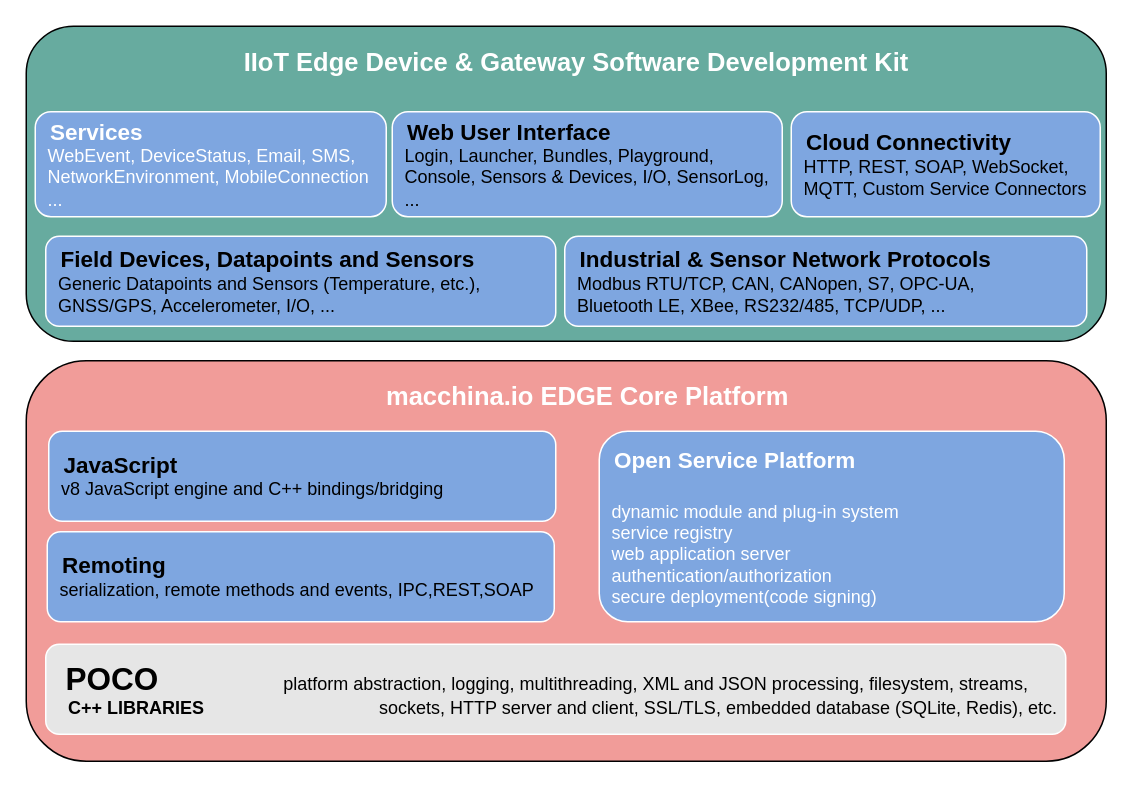
The draw.io diagram macchina.drawio in jiangyu945/Doc, before the edit. Source tidied: cells renumbered, new cells numbered last; positions are measured from the earlier drawing's top-left corner, leaving out a move shared by most shapes. Both pictures are drawn from the tidied source at 150%, with x=0, y=0 at pixel (26, 26).
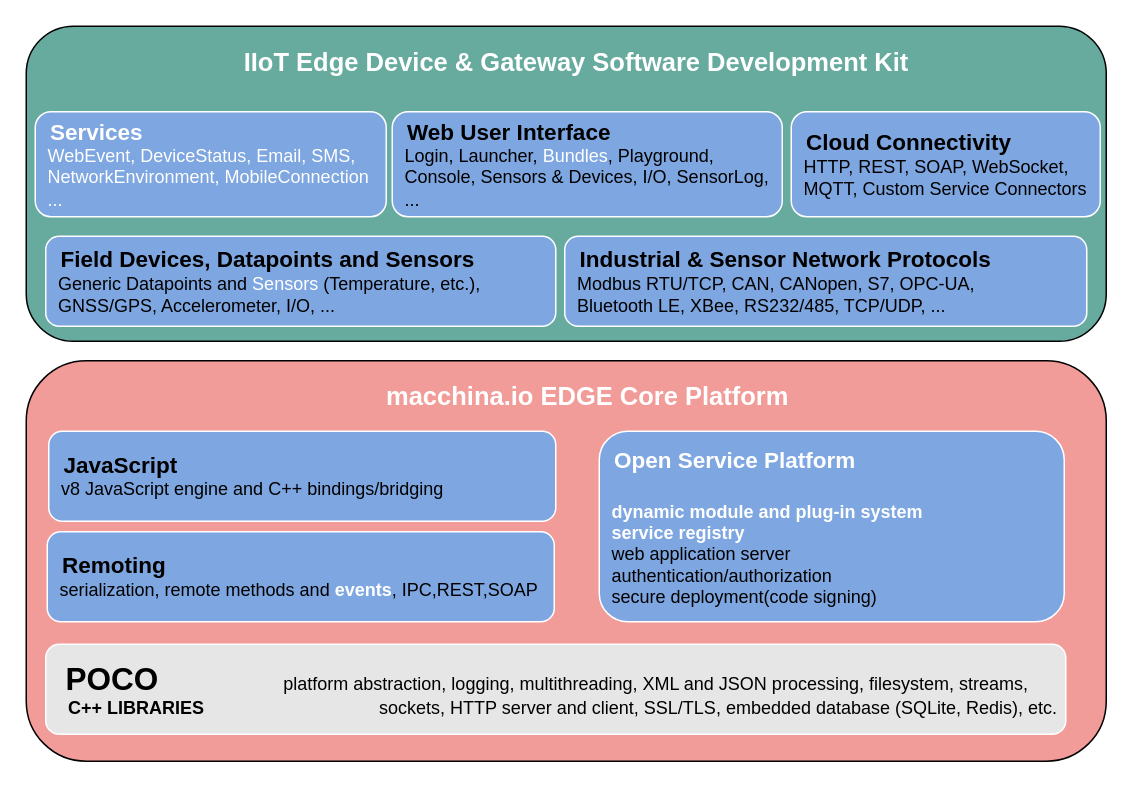
After the change.

What changed in the source:
```diff
@@
 <mxGraphModel>
   <root>
     <mxCell id="0" />
     <mxCell id="1" parent="0" />
     <mxCell id="2" style="rounded=1;whiteSpace=wrap;html=1;fillColor=#67AB9F;" parent="1" vertex="1">
       <mxGeometry width="720" height="210" as="geometry" />
     </mxCell>
     <mxCell id="3" style="rounded=1;whiteSpace=wrap;html=1;fillColor=#F19C99;" parent="1" vertex="1">
       <mxGeometry y="223" width="720" height="267" as="geometry" />
     </mxCell>
     <mxCell id="4" value="&lt;div align=&quot;left&quot;&gt;&lt;font color=&quot;#ffffff&quot; style=&quot;font-size: 15px;&quot;&gt;&lt;b&gt;&amp;nbsp; Services&lt;/b&gt;&lt;/font&gt;&lt;/div&gt;&lt;div align=&quot;left&quot;&gt;&lt;font color=&quot;#ffffff&quot;&gt;&amp;nbsp; WebEvent, DeviceStatus, Email, SMS,&amp;nbsp;&lt;/font&gt;&lt;/div&gt;&lt;div align=&quot;left&quot;&gt;&lt;font color=&quot;#ffffff&quot;&gt;&amp;nbsp; NetworkEnvironment, MobileConnection&lt;/font&gt;&lt;/div&gt;&lt;div align=&quot;left&quot;&gt;&lt;font color=&quot;#ffffff&quot;&gt;&amp;nbsp; ...&lt;br&gt;&lt;/font&gt;&lt;/div&gt;" style="rounded=1;whiteSpace=wrap;html=1;align=left;fillColor=#7EA6E0;strokeColor=#FFFFFF;" parent="1" vertex="1">
       <mxGeometry x="6" y="57" width="234" height="70" as="geometry" />
     </mxCell>
-    <mxCell id="5" value="&lt;div align=&quot;left&quot;&gt;&lt;b&gt;&lt;font style=&quot;font-size: 15px;&quot;&gt;&amp;nbsp; Web User Interface&lt;/font&gt;&lt;/b&gt;&lt;/div&gt;&lt;div align=&quot;left&quot;&gt;&amp;nbsp; Login, Launcher, Bundles, Playground,&amp;nbsp;&amp;nbsp;&amp;nbsp;&lt;/div&gt;&lt;div align=&quot;left&quot;&gt;&amp;nbsp; Console, Sensors &amp;amp; Devices, I/O, SensorLog,&amp;nbsp;&lt;/div&gt;&lt;div align=&quot;left&quot;&gt;&amp;nbsp; ...&lt;br&gt;&lt;/div&gt;" style="rounded=1;whiteSpace=wrap;html=1;align=left;fillColor=#7EA6E0;strokeColor=#FFFFFF;" parent="1" vertex="1">
+    <mxCell id="5" value="&lt;div align=&quot;left&quot;&gt;&lt;b&gt;&lt;font style=&quot;font-size: 15px;&quot;&gt;&amp;nbsp; Web User Interface&lt;/font&gt;&lt;/b&gt;&lt;/div&gt;&lt;div align=&quot;left&quot;&gt;&amp;nbsp; Login, Launcher, &lt;font color=&quot;#ffffff&quot;&gt;Bundles&lt;/font&gt;, Playground,&amp;nbsp;&amp;nbsp;&amp;nbsp;&lt;/div&gt;&lt;div align=&quot;left&quot;&gt;&amp;nbsp; Console, Sensors &amp;amp; Devices, I/O, SensorLog,&amp;nbsp;&lt;/div&gt;&lt;div align=&quot;left&quot;&gt;&amp;nbsp; ...&lt;br&gt;&lt;/div&gt;" style="rounded=1;whiteSpace=wrap;html=1;align=left;fillColor=#7EA6E0;strokeColor=#FFFFFF;" parent="1" vertex="1">
       <mxGeometry x="244" y="57" width="260" height="70" as="geometry" />
     </mxCell>
     <mxCell id="6" value="&lt;div align=&quot;left&quot;&gt;&lt;b&gt;&lt;font style=&quot;font-size: 15px;&quot;&gt;&amp;nbsp; Cloud Connectivity&lt;/font&gt;&lt;/b&gt;&lt;/div&gt;&lt;div align=&quot;left&quot;&gt;&amp;nbsp; HTTP, REST, SOAP, WebSocket, &amp;nbsp; &amp;nbsp;&lt;/div&gt;&lt;div align=&quot;left&quot;&gt;&amp;nbsp; MQTT, Custom Service Connectors&lt;br&gt;&lt;/div&gt;" style="rounded=1;whiteSpace=wrap;html=1;align=left;fillColor=#7EA6E0;strokeColor=#FFFFFF;" parent="1" vertex="1">
       <mxGeometry x="510" y="57" width="206" height="70" as="geometry" />
     </mxCell>
-    <mxCell id="7" value="&lt;div align=&quot;left&quot;&gt;&lt;font style=&quot;font-size: 15px;&quot;&gt;&lt;b&gt;&amp;nbsp; Field Devices, Datapoints and Sensors&lt;/b&gt;&lt;/font&gt;&lt;/div&gt;&lt;div align=&quot;left&quot;&gt;&amp;nbsp; Generic Datapoints and Sensors (Temperature, etc.), &amp;nbsp; &amp;nbsp; &amp;nbsp; &amp;nbsp; &amp;nbsp;&amp;nbsp; &amp;nbsp; &amp;nbsp; GNSS/GPS, Accelerometer, I/O, ...&lt;br&gt;&lt;/div&gt;" style="rounded=1;whiteSpace=wrap;html=1;align=left;fillColor=#7EA6E0;strokeColor=#FFFFFF;" parent="1" vertex="1">
+    <mxCell id="7" value="&lt;div align=&quot;left&quot;&gt;&lt;font style=&quot;font-size: 15px;&quot;&gt;&lt;b&gt;&amp;nbsp; Field Devices, Datapoints and Sensors&lt;/b&gt;&lt;/font&gt;&lt;/div&gt;&lt;div align=&quot;left&quot;&gt;&amp;nbsp; Generic Datapoints and &lt;font color=&quot;#ffffff&quot;&gt;Sensors &lt;/font&gt;(Temperature, etc.), &amp;nbsp; &amp;nbsp; &amp;nbsp; &amp;nbsp; &amp;nbsp;&amp;nbsp; &amp;nbsp; &amp;nbsp; GNSS/GPS, Accelerometer, I/O, ...&lt;br&gt;&lt;/div&gt;" style="rounded=1;whiteSpace=wrap;html=1;align=left;fillColor=#7EA6E0;strokeColor=#FFFFFF;" parent="1" vertex="1">
       <mxGeometry x="13" y="140" width="340" height="60" as="geometry" />
     </mxCell>
     <mxCell id="8" value="&lt;div align=&quot;left&quot;&gt;&lt;b&gt;&lt;font style=&quot;font-size: 15px;&quot;&gt;&amp;nbsp; Industrial &amp;amp; Sensor Network Protocols&lt;/font&gt;&lt;/b&gt;&lt;/div&gt;&lt;div align=&quot;left&quot;&gt;&amp;nbsp; Modbus RTU/TCP, CAN, CANopen, S7, OPC-UA,&lt;/div&gt;&lt;div align=&quot;left&quot;&gt;&amp;nbsp; Bluetooth LE, XBee, RS232/485, TCP/UDP, ...&lt;br&gt;&lt;/div&gt;" style="rounded=1;whiteSpace=wrap;html=1;align=left;fillColor=#7EA6E0;strokeColor=#FFFFFF;" parent="1" vertex="1">
       <mxGeometry x="359" y="140" width="348" height="60" as="geometry" />
     </mxCell>
     <mxCell id="9" value="&lt;div align=&quot;left&quot;&gt;&lt;b&gt;&lt;font style=&quot;font-size: 15px;&quot;&gt;&amp;nbsp; JavaScript&lt;/font&gt;&lt;/b&gt;&lt;/div&gt;&lt;div align=&quot;left&quot;&gt;&amp;nbsp; v8 JavaScript engine and C++ bindings/bridging&lt;br&gt;&lt;/div&gt;" style="rounded=1;whiteSpace=wrap;html=1;align=left;fillColor=#7EA6E0;strokeColor=#FFFFFF;" parent="1" vertex="1">
       <mxGeometry x="15" y="270" width="338" height="60" as="geometry" />
     </mxCell>
-    <mxCell id="10" value="&lt;div align=&quot;left&quot;&gt;&lt;b&gt;&lt;font style=&quot;font-size: 15px;&quot;&gt;&amp;nbsp; Remoting&lt;/font&gt;&lt;/b&gt;&lt;/div&gt;&lt;div align=&quot;left&quot;&gt;&amp;nbsp; serialization, remote methods and events, IPC,REST,SOAP&lt;br&gt;&lt;/div&gt;" style="rounded=1;whiteSpace=wrap;html=1;align=left;fillColor=#7EA6E0;strokeColor=#FFFFFF;" parent="1" vertex="1">
+    <mxCell id="10" value="&lt;div align=&quot;left&quot;&gt;&lt;b&gt;&lt;font style=&quot;font-size: 15px;&quot;&gt;&amp;nbsp; Remoting&lt;/font&gt;&lt;/b&gt;&lt;/div&gt;&lt;div align=&quot;left&quot;&gt;&amp;nbsp; serialization, remote methods and &lt;font color=&quot;#ffffff&quot;&gt;&lt;b&gt;events&lt;/b&gt;&lt;/font&gt;, IPC,REST,SOAP&lt;br&gt;&lt;/div&gt;" style="rounded=1;whiteSpace=wrap;html=1;align=left;fillColor=#7EA6E0;strokeColor=#FFFFFF;" parent="1" vertex="1">
       <mxGeometry x="14" y="337" width="338" height="60" as="geometry" />
     </mxCell>
-    <mxCell id="11" value="&lt;div align=&quot;left&quot;&gt;&lt;font color=&quot;#ffffff&quot; style=&quot;font-size: 15px;&quot;&gt;&lt;b&gt;&amp;nbsp; Open Service Platform&lt;/b&gt;&lt;/font&gt;&lt;/div&gt;&lt;div align=&quot;left&quot;&gt;&lt;font color=&quot;#ffffff&quot; style=&quot;font-size: 15px;&quot;&gt;&lt;br&gt;&lt;/font&gt;&lt;/div&gt;&lt;div align=&quot;left&quot;&gt;&lt;font color=&quot;#ffffff&quot;&gt;&amp;nbsp; dynamic module and plug-in system&lt;/font&gt;&lt;/div&gt;&lt;div align=&quot;left&quot;&gt;&lt;font color=&quot;#ffffff&quot;&gt;&amp;nbsp; service registry&lt;/font&gt;&lt;/div&gt;&lt;div align=&quot;left&quot;&gt;&lt;font color=&quot;#ffffff&quot;&gt;&amp;nbsp; web application server&lt;/font&gt;&lt;/div&gt;&lt;div align=&quot;left&quot;&gt;&lt;font color=&quot;#ffffff&quot;&gt;&amp;nbsp; authentication/authorization&lt;/font&gt;&lt;/div&gt;&lt;div align=&quot;left&quot;&gt;&lt;font color=&quot;#ffffff&quot;&gt;&amp;nbsp; secure deployment(code signing)&lt;br&gt;&lt;/font&gt;&lt;/div&gt;" style="rounded=1;whiteSpace=wrap;html=1;align=left;fillColor=#7EA6E0;strokeColor=#FFFFFF;" parent="1" vertex="1">
+    <mxCell id="11" value="&lt;div align=&quot;left&quot;&gt;&lt;font color=&quot;#ffffff&quot; style=&quot;font-size: 15px;&quot;&gt;&lt;b&gt;&amp;nbsp; Open Service Platform&lt;/b&gt;&lt;/font&gt;&lt;/div&gt;&lt;div align=&quot;left&quot;&gt;&lt;font color=&quot;#ffffff&quot; style=&quot;font-size: 15px;&quot;&gt;&lt;br&gt;&lt;/font&gt;&lt;/div&gt;&lt;div align=&quot;left&quot;&gt;&lt;font color=&quot;#ffffff&quot;&gt;&amp;nbsp; &lt;b&gt;dynamic module and plug-in system&lt;/b&gt;&lt;/font&gt;&lt;/div&gt;&lt;div align=&quot;left&quot;&gt;&lt;font color=&quot;#ffffff&quot;&gt;&amp;nbsp; &lt;b&gt;service registry&lt;/b&gt;&lt;/font&gt;&lt;/div&gt;&lt;div align=&quot;left&quot;&gt;&lt;font color=&quot;#ffffff&quot;&gt;&amp;nbsp;&lt;/font&gt; web application server&lt;/div&gt;&lt;div align=&quot;left&quot;&gt;&amp;nbsp; authentication/authorization&lt;/div&gt;&lt;div align=&quot;left&quot;&gt;&amp;nbsp; secure deployment(code signing)&lt;br&gt;&lt;/div&gt;" style="rounded=1;whiteSpace=wrap;html=1;align=left;fillColor=#7EA6E0;strokeColor=#FFFFFF;" parent="1" vertex="1">
       <mxGeometry x="382" y="270" width="310" height="127" as="geometry" />
     </mxCell>
     <mxCell id="12" value="&lt;div align=&quot;left&quot;&gt;&lt;font style=&quot;font-size: 21px;&quot;&gt;&lt;b&gt;&amp;nbsp; POCO&lt;/b&gt;&lt;/font&gt;&amp;nbsp;&amp;nbsp;&amp;nbsp;&amp;nbsp;&amp;nbsp;&amp;nbsp;&amp;nbsp;&amp;nbsp;&amp;nbsp;&amp;nbsp;&amp;nbsp;&amp;nbsp;&amp;nbsp;&amp;nbsp;&amp;nbsp;&amp;nbsp;&amp;nbsp;&amp;nbsp;&amp;nbsp;&amp;nbsp;&amp;nbsp;&amp;nbsp;&amp;nbsp;&amp;nbsp; platform abstraction, logging, multithreading, XML and JSON processing, filesystem, streams,&lt;br&gt;&lt;/div&gt;&lt;div align=&quot;left&quot;&gt;&lt;b&gt;&amp;nbsp;&amp;nbsp;&amp;nbsp; C++ LIBRARIES&lt;/b&gt;&amp;nbsp;&amp;nbsp;&amp;nbsp;&amp;nbsp;&amp;nbsp;&amp;nbsp;&amp;nbsp;&amp;nbsp;&amp;nbsp;&amp;nbsp;&amp;nbsp;&amp;nbsp;&amp;nbsp;&amp;nbsp;&amp;nbsp;&amp;nbsp;&amp;nbsp;&amp;nbsp;&amp;nbsp;&amp;nbsp;&amp;nbsp;&amp;nbsp;&amp;nbsp;&amp;nbsp;&amp;nbsp;&amp;nbsp;&amp;nbsp;&amp;nbsp;&amp;nbsp;&amp;nbsp;&amp;nbsp;&amp;nbsp;&amp;nbsp;&amp;nbsp; sockets, HTTP server and client, SSL/TLS, embedded database (SQLite, Redis), etc.&lt;br&gt;&lt;/div&gt;" style="rounded=1;whiteSpace=wrap;html=1;align=left;fillColor=#E6E6E6;strokeColor=#FFFFFF;" parent="1" vertex="1">
       <mxGeometry x="13" y="412" width="680" height="60" as="geometry" />
     </mxCell>
     <mxCell id="13" value="&lt;font size=&quot;1&quot; color=&quot;#ffffff&quot;&gt;&lt;b&gt;&lt;font style=&quot;font-size: 17px;&quot;&gt;macchina.io EDGE Core Platform&lt;/font&gt;&lt;/b&gt;&lt;/font&gt;" style="text;html=1;strokeColor=none;fillColor=none;align=center;verticalAlign=middle;whiteSpace=wrap;rounded=0;" parent="1" vertex="1">
       <mxGeometry x="231.5" y="233" width="285" height="30" as="geometry" />
     </mxCell>
     <mxCell id="14" value="&lt;font style=&quot;font-size: 17px;&quot; color=&quot;#ffffff&quot;&gt;&lt;b&gt;IIoT Edge Device &amp;amp; Gateway Software Development Kit&lt;br&gt;&lt;/b&gt;&lt;/font&gt;" style="text;html=1;strokeColor=none;fillColor=none;align=center;verticalAlign=middle;whiteSpace=wrap;rounded=0;" parent="1" vertex="1">
       <mxGeometry x="130" y="10" width="474" height="30" as="geometry" />
     </mxCell>
   </root>
 </mxGraphModel>
```
